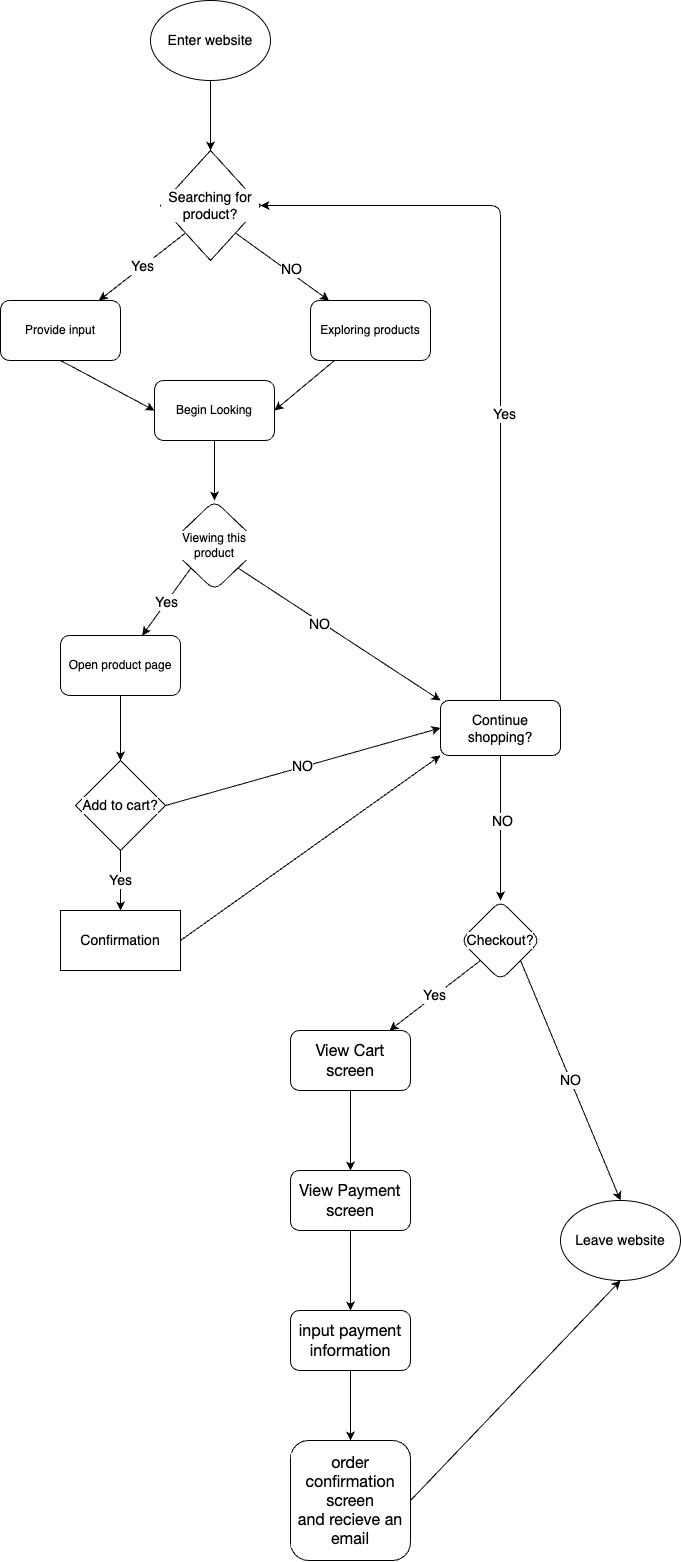
This is explore/diagramming/diagram.drawio.png from Tianshi-Gong/sp24-cse110-lab4, a draw.io export, as it was before one commit. Source tidied: cells renumbered, new cells last; positions are measured from the earlier drawing's top-left corner, leaving out a move shared by most shapes.
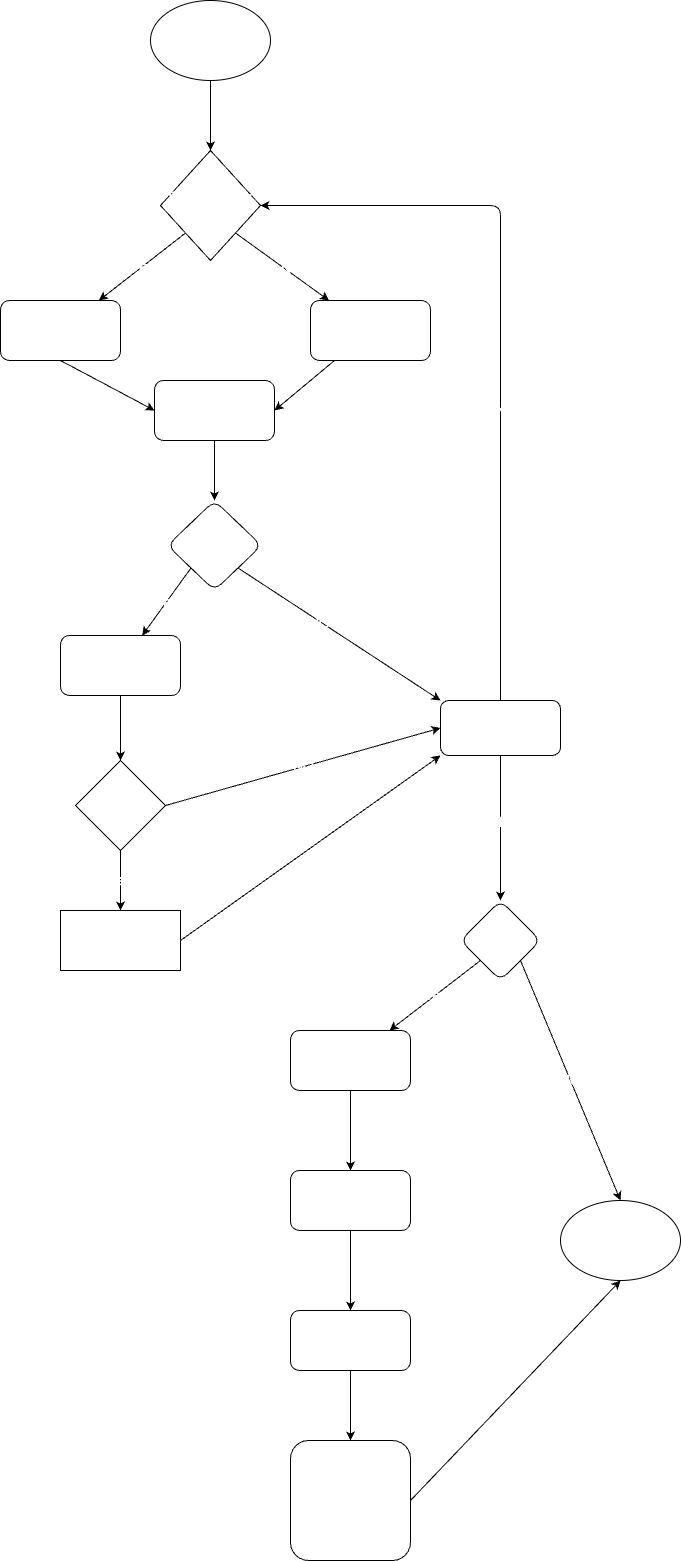
The same file after the commit.

The edit, as a diff of the source:
```diff
@@ -2,128 +2,128 @@
   <root>
     <mxCell id="0" />
     <mxCell id="1" parent="0" />
-    <mxCell id="2" style="edgeStyle=none;html=1;fontSize=14;entryX=0.5;entryY=0;entryDx=0;entryDy=0;exitX=0.5;exitY=1;exitDx=0;exitDy=0;fontColor=#000000;labelBackgroundColor=#FFFFFF;" parent="1" edge="1" source="41" target="28">
+    <mxCell id="2" style="edgeStyle=none;html=1;fontSize=14;entryX=0.5;entryY=0;entryDx=0;entryDy=0;exitX=0.5;exitY=1;exitDx=0;exitDy=0;fontColor=#FFFFFF;labelBackgroundColor=none;" parent="1" edge="1" source="41" target="28">
       <mxGeometry relative="1" as="geometry" />
     </mxCell>
-    <mxCell id="3" style="edgeStyle=none;html=1;fontSize=14;exitX=1;exitY=1;exitDx=0;exitDy=0;fontColor=#000000;labelBackgroundColor=#FFFFFF;" parent="1" edge="1" source="28" target="7">
+    <mxCell id="3" style="edgeStyle=none;html=1;fontSize=14;exitX=1;exitY=1;exitDx=0;exitDy=0;fontColor=#FFFFFF;labelBackgroundColor=none;" parent="1" edge="1" source="28" target="7">
       <mxGeometry relative="1" as="geometry" />
     </mxCell>
-    <mxCell id="4" value="NO" style="edgeLabel;html=1;align=center;verticalAlign=middle;fontSize=14;fontColor=#000000;labelBackgroundColor=#FFFFFF;" parent="3" vertex="1">
+    <mxCell id="4" value="NO" style="edgeLabel;html=1;align=center;verticalAlign=middle;fontSize=14;fontColor=#FFFFFF;labelBackgroundColor=none;" parent="3" vertex="1">
       <mxGeometry x="0.14" y="4" relative="1" as="geometry" />
     </mxCell>
-    <mxCell id="5" value="Yes" style="edgeStyle=none;html=1;fontSize=14;exitX=0;exitY=1;exitDx=0;exitDy=0;fontColor=#000000;labelBackgroundColor=#FFFFFF;" parent="1" edge="1" source="28" target="9">
+    <mxCell id="5" value="Yes" style="edgeStyle=none;html=1;fontSize=14;exitX=0;exitY=1;exitDx=0;exitDy=0;fontColor=#FFFFFF;labelBackgroundColor=none;" parent="1" edge="1" source="28" target="9">
       <mxGeometry relative="1" as="geometry" />
     </mxCell>
-    <mxCell id="6" style="edgeStyle=none;html=1;fontSize=14;entryX=1;entryY=0.5;entryDx=0;entryDy=0;fontColor=#000000;labelBackgroundColor=#FFFFFF;" parent="1" edge="1" source="7" target="11">
+    <mxCell id="6" style="edgeStyle=none;html=1;fontSize=14;entryX=1;entryY=0.5;entryDx=0;entryDy=0;fontColor=#FFFFFF;labelBackgroundColor=none;" parent="1" edge="1" source="7" target="11">
       <mxGeometry relative="1" as="geometry" />
     </mxCell>
-    <mxCell id="7" value="Exploring products" style="whiteSpace=wrap;html=1;rounded=1;fontColor=#000000;labelBackgroundColor=#FFFFFF;" parent="1" vertex="1">
+    <mxCell id="7" value="Exploring products" style="whiteSpace=wrap;html=1;rounded=1;fontColor=#FFFFFF;labelBackgroundColor=none;" parent="1" vertex="1">
       <mxGeometry x="310" y="300" width="120" height="60" as="geometry" />
     </mxCell>
-    <mxCell id="8" style="edgeStyle=none;html=1;exitX=0.5;exitY=1;exitDx=0;exitDy=0;entryX=0;entryY=0.5;entryDx=0;entryDy=0;fontSize=14;fontColor=#000000;labelBackgroundColor=#FFFFFF;" parent="1" edge="1" source="9" target="11">
+    <mxCell id="8" style="edgeStyle=none;html=1;exitX=0.5;exitY=1;exitDx=0;exitDy=0;entryX=0;entryY=0.5;entryDx=0;entryDy=0;fontSize=14;fontColor=#FFFFFF;labelBackgroundColor=none;" parent="1" edge="1" source="9" target="11">
       <mxGeometry relative="1" as="geometry" />
     </mxCell>
-    <mxCell id="9" value="Provide input" style="whiteSpace=wrap;html=1;rounded=1;fontColor=#000000;labelBackgroundColor=#FFFFFF;" parent="1" vertex="1">
+    <mxCell id="9" value="Provide input" style="whiteSpace=wrap;html=1;rounded=1;fontColor=#FFFFFF;labelBackgroundColor=none;" parent="1" vertex="1">
       <mxGeometry y="300" width="120" height="60" as="geometry" />
     </mxCell>
-    <mxCell id="10" style="edgeStyle=none;html=1;fontSize=14;fontColor=#000000;labelBackgroundColor=#FFFFFF;" parent="1" edge="1" source="11" target="15">
+    <mxCell id="10" style="edgeStyle=none;html=1;fontSize=14;fontColor=#FFFFFF;labelBackgroundColor=none;" parent="1" edge="1" source="11" target="15">
       <mxGeometry relative="1" as="geometry" />
     </mxCell>
-    <mxCell id="11" value="Begin Looking" style="whiteSpace=wrap;html=1;rounded=1;fontColor=#000000;labelBackgroundColor=#FFFFFF;" parent="1" vertex="1">
+    <mxCell id="11" value="Begin Looking" style="whiteSpace=wrap;html=1;rounded=1;fontColor=#FFFFFF;labelBackgroundColor=none;" parent="1" vertex="1">
       <mxGeometry x="154" y="380" width="120" height="60" as="geometry" />
     </mxCell>
-    <mxCell id="12" value="Yes" style="edgeStyle=none;html=1;fontSize=14;verticalAlign=middle;exitX=0;exitY=1;exitDx=0;exitDy=0;fontColor=#000000;labelBackgroundColor=#FFFFFF;" parent="1" edge="1" source="15" target="17">
+    <mxCell id="12" value="Yes" style="edgeStyle=none;html=1;fontSize=14;verticalAlign=middle;exitX=0;exitY=1;exitDx=0;exitDy=0;fontColor=#FFFFFF;labelBackgroundColor=none;" parent="1" edge="1" source="15" target="17">
       <mxGeometry relative="1" as="geometry" />
     </mxCell>
-    <mxCell id="13" style="edgeStyle=none;html=1;exitX=1;exitY=1;exitDx=0;exitDy=0;fontSize=14;entryX=0;entryY=0;entryDx=0;entryDy=0;fontColor=#000000;labelBackgroundColor=#FFFFFF;" parent="1" edge="1" source="15" target="22">
+    <mxCell id="13" style="edgeStyle=none;html=1;exitX=1;exitY=1;exitDx=0;exitDy=0;fontSize=14;entryX=0;entryY=0;entryDx=0;entryDy=0;fontColor=#FFFFFF;labelBackgroundColor=none;" parent="1" edge="1" source="15" target="22">
       <mxGeometry relative="1" as="geometry" />
     </mxCell>
-    <mxCell id="14" value="NO" style="edgeLabel;html=1;align=center;verticalAlign=middle;fontSize=14;fontColor=#000000;labelBackgroundColor=#FFFFFF;" parent="13" vertex="1">
+    <mxCell id="14" value="NO" style="edgeLabel;html=1;align=center;verticalAlign=middle;fontSize=14;fontColor=#FFFFFF;labelBackgroundColor=none;" parent="13" vertex="1">
       <mxGeometry x="-0.19" y="-2" relative="1" as="geometry" />
     </mxCell>
-    <mxCell id="15" value="Viewing this product" style="rhombus;whiteSpace=wrap;html=1;rounded=1;fontColor=#000000;labelBackgroundColor=#FFFFFF;" parent="1" vertex="1">
+    <mxCell id="15" value="Viewing this product" style="rhombus;whiteSpace=wrap;html=1;rounded=1;fontColor=#FFFFFF;labelBackgroundColor=none;" parent="1" vertex="1">
       <mxGeometry x="167" y="500" width="94" height="90" as="geometry" />
     </mxCell>
-    <mxCell id="16" style="edgeStyle=none;html=1;fontSize=14;fontColor=#000000;labelBackgroundColor=#FFFFFF;" parent="1" edge="1" source="17" target="25">
+    <mxCell id="16" style="edgeStyle=none;html=1;fontSize=14;fontColor=#FFFFFF;labelBackgroundColor=none;" parent="1" edge="1" source="17" target="25">
       <mxGeometry relative="1" as="geometry" />
     </mxCell>
-    <mxCell id="17" value="Open product page" style="whiteSpace=wrap;html=1;rounded=1;fontColor=#000000;labelBackgroundColor=#FFFFFF;" parent="1" vertex="1">
+    <mxCell id="17" value="Open product page" style="whiteSpace=wrap;html=1;rounded=1;fontColor=#FFFFFF;labelBackgroundColor=none;" parent="1" vertex="1">
       <mxGeometry x="60" y="635" width="120" height="60" as="geometry" />
     </mxCell>
-    <mxCell id="18" style="edgeStyle=none;html=1;exitX=0.5;exitY=0;exitDx=0;exitDy=0;entryX=1;entryY=0.5;entryDx=0;entryDy=0;fontSize=14;fontColor=#000000;labelBackgroundColor=#FFFFFF;" parent="1" edge="1" source="22" target="28">
+    <mxCell id="18" style="edgeStyle=none;html=1;exitX=0.5;exitY=0;exitDx=0;exitDy=0;entryX=1;entryY=0.5;entryDx=0;entryDy=0;fontSize=14;fontColor=#FFFFFF;labelBackgroundColor=none;" parent="1" edge="1" source="22" target="28">
       <mxGeometry relative="1" as="geometry">
         <Array as="points">
           <mxPoint x="500" y="205" />
         </Array>
       </mxGeometry>
     </mxCell>
-    <mxCell id="19" value="Yes" style="edgeLabel;html=1;align=center;verticalAlign=middle;fontSize=14;fontColor=#000000;labelBackgroundColor=#FFFFFF;" parent="18" vertex="1">
+    <mxCell id="19" value="Yes" style="edgeLabel;html=1;align=center;verticalAlign=middle;fontSize=14;fontColor=#FFFFFF;labelBackgroundColor=none;" parent="18" vertex="1">
       <mxGeometry x="-0.22" y="-3" relative="1" as="geometry" />
     </mxCell>
-    <mxCell id="20" style="edgeStyle=none;html=1;fontSize=14;fontColor=#000000;labelBackgroundColor=#FFFFFF;" parent="1" edge="1" source="22" target="31">
+    <mxCell id="20" style="edgeStyle=none;html=1;fontSize=14;fontColor=#FFFFFF;labelBackgroundColor=none;" parent="1" edge="1" source="22" target="31">
       <mxGeometry relative="1" as="geometry" />
     </mxCell>
-    <mxCell id="21" value="NO" style="edgeLabel;html=1;align=center;verticalAlign=middle;fontSize=14;fontColor=#000000;labelBackgroundColor=#FFFFFF;" parent="20" vertex="1">
+    <mxCell id="21" value="NO" style="edgeLabel;html=1;align=center;verticalAlign=middle;fontSize=14;fontColor=#FFFFFF;labelBackgroundColor=none;" parent="20" vertex="1">
       <mxGeometry x="-0.09" y="1" relative="1" as="geometry" />
     </mxCell>
-    <mxCell id="22" value="Continue shopping?" style="rounded=1;whiteSpace=wrap;html=1;fontSize=14;fontColor=#000000;labelBackgroundColor=#FFFFFF;" parent="1" vertex="1">
+    <mxCell id="22" value="Continue shopping?" style="rounded=1;whiteSpace=wrap;html=1;fontSize=14;fontColor=#FFFFFF;labelBackgroundColor=none;" parent="1" vertex="1">
       <mxGeometry x="440" y="700" width="120" height="55" as="geometry" />
     </mxCell>
-    <mxCell id="23" value="NO" style="edgeStyle=none;html=1;exitX=1;exitY=0.5;exitDx=0;exitDy=0;entryX=0;entryY=0.5;entryDx=0;entryDy=0;fontSize=14;fontColor=#000000;labelBackgroundColor=#FFFFFF;" parent="1" edge="1" source="25" target="22">
+    <mxCell id="23" value="NO" style="edgeStyle=none;html=1;exitX=1;exitY=0.5;exitDx=0;exitDy=0;entryX=0;entryY=0.5;entryDx=0;entryDy=0;fontSize=14;fontColor=#FFFFFF;labelBackgroundColor=none;" parent="1" edge="1" source="25" target="22">
       <mxGeometry relative="1" as="geometry" />
     </mxCell>
-    <mxCell id="24" value="Yes" style="edgeStyle=none;html=1;exitX=0.5;exitY=1;exitDx=0;exitDy=0;entryX=0.5;entryY=0;entryDx=0;entryDy=0;fontSize=14;fontColor=#000000;labelBackgroundColor=#FFFFFF;" parent="1" edge="1" source="25" target="27">
+    <mxCell id="24" value="Yes" style="edgeStyle=none;html=1;exitX=0.5;exitY=1;exitDx=0;exitDy=0;entryX=0.5;entryY=0;entryDx=0;entryDy=0;fontSize=14;fontColor=#FFFFFF;labelBackgroundColor=none;" parent="1" edge="1" source="25" target="27">
       <mxGeometry relative="1" as="geometry" />
     </mxCell>
-    <mxCell id="25" value="Add to cart?" style="rhombus;whiteSpace=wrap;html=1;fontSize=14;fontColor=#000000;labelBackgroundColor=#FFFFFF;" parent="1" vertex="1">
+    <mxCell id="25" value="Add to cart?" style="rhombus;whiteSpace=wrap;html=1;fontSize=14;fontColor=#FFFFFF;labelBackgroundColor=none;" parent="1" vertex="1">
       <mxGeometry x="75" y="760" width="90" height="90" as="geometry" />
     </mxCell>
-    <mxCell id="26" style="edgeStyle=none;html=1;exitX=1;exitY=0.5;exitDx=0;exitDy=0;entryX=0;entryY=1;entryDx=0;entryDy=0;fontSize=14;fontColor=#000000;labelBackgroundColor=#FFFFFF;" parent="1" edge="1" source="27" target="22">
+    <mxCell id="26" style="edgeStyle=none;html=1;exitX=1;exitY=0.5;exitDx=0;exitDy=0;entryX=0;entryY=1;entryDx=0;entryDy=0;fontSize=14;fontColor=#FFFFFF;labelBackgroundColor=none;" parent="1" edge="1" source="27" target="22">
       <mxGeometry relative="1" as="geometry" />
     </mxCell>
-    <mxCell id="27" value="Confirmation" style="whiteSpace=wrap;html=1;fontSize=14;fontColor=#000000;labelBackgroundColor=#FFFFFF;" parent="1" vertex="1">
+    <mxCell id="27" value="Confirmation" style="whiteSpace=wrap;html=1;fontSize=14;fontColor=#FFFFFF;labelBackgroundColor=none;" parent="1" vertex="1">
       <mxGeometry x="60" y="910" width="120" height="60" as="geometry" />
     </mxCell>
-    <mxCell id="28" value="Searching for product?" style="rhombus;whiteSpace=wrap;html=1;fontSize=14;fontColor=#000000;labelBackgroundColor=#FFFFFF;" parent="1" vertex="1">
+    <mxCell id="28" value="Searching for product?" style="rhombus;whiteSpace=wrap;html=1;fontSize=14;fontColor=#FFFFFF;labelBackgroundColor=none;" parent="1" vertex="1">
       <mxGeometry x="160" y="150" width="100" height="110" as="geometry" />
     </mxCell>
-    <mxCell id="29" value="NO" style="edgeStyle=none;html=1;fontSize=14;entryX=0.5;entryY=0;entryDx=0;entryDy=0;exitX=1;exitY=1;exitDx=0;exitDy=0;fontColor=#000000;labelBackgroundColor=#FFFFFF;" parent="1" edge="1" source="31" target="40">
+    <mxCell id="29" value="NO" style="edgeStyle=none;html=1;fontSize=14;entryX=0.5;entryY=0;entryDx=0;entryDy=0;exitX=1;exitY=1;exitDx=0;exitDy=0;fontColor=#FFFFFF;labelBackgroundColor=none;" parent="1" edge="1" source="31" target="40">
       <mxGeometry relative="1" as="geometry" />
     </mxCell>
-    <mxCell id="30" value="Yes" style="edgeStyle=none;html=1;fontSize=14;exitX=0;exitY=1;exitDx=0;exitDy=0;fontColor=#000000;labelBackgroundColor=#FFFFFF;" parent="1" edge="1" source="31" target="33">
+    <mxCell id="30" value="Yes" style="edgeStyle=none;html=1;fontSize=14;exitX=0;exitY=1;exitDx=0;exitDy=0;fontColor=#FFFFFF;labelBackgroundColor=none;" parent="1" edge="1" source="31" target="33">
       <mxGeometry relative="1" as="geometry" />
     </mxCell>
-    <mxCell id="31" value="Checkout?" style="rhombus;whiteSpace=wrap;html=1;fontSize=14;rounded=1;fontColor=#000000;labelBackgroundColor=#FFFFFF;" parent="1" vertex="1">
+    <mxCell id="31" value="Checkout?" style="rhombus;whiteSpace=wrap;html=1;fontSize=14;rounded=1;fontColor=#FFFFFF;labelBackgroundColor=none;" parent="1" vertex="1">
       <mxGeometry x="460" y="900" width="80" height="80" as="geometry" />
     </mxCell>
-    <mxCell id="32" style="edgeStyle=none;html=1;fontSize=14;fontColor=#000000;labelBackgroundColor=#FFFFFF;" parent="1" edge="1" source="33" target="35">
+    <mxCell id="32" style="edgeStyle=none;html=1;fontSize=14;fontColor=#FFFFFF;labelBackgroundColor=none;" parent="1" edge="1" source="33" target="35">
       <mxGeometry relative="1" as="geometry" />
     </mxCell>
-    <mxCell id="33" value="&lt;span style=&quot;caret-color: rgb(0, 0, 0); font-family: &amp;quot;Lato Extended&amp;quot;, Lato, &amp;quot;Helvetica Neue&amp;quot;, Helvetica, Arial, sans-serif; font-size: 16px; text-align: left; text-size-adjust: auto;&quot;&gt;&lt;font&gt;View Cart screen&lt;/font&gt;&lt;/span&gt;" style="whiteSpace=wrap;html=1;fontSize=14;rounded=1;gradientColor=none;fontColor=#000000;labelBackgroundColor=#FFFFFF;" parent="1" vertex="1">
+    <mxCell id="33" value="&lt;span style=&quot;caret-color: rgb(0, 0, 0); font-family: &amp;quot;Lato Extended&amp;quot;, Lato, &amp;quot;Helvetica Neue&amp;quot;, Helvetica, Arial, sans-serif; font-size: 16px; text-align: left; text-size-adjust: auto;&quot;&gt;&lt;font&gt;View Cart screen&lt;/font&gt;&lt;/span&gt;" style="whiteSpace=wrap;html=1;fontSize=14;rounded=1;gradientColor=none;fontColor=#FFFFFF;labelBackgroundColor=none;" parent="1" vertex="1">
       <mxGeometry x="290" y="1030" width="120" height="60" as="geometry" />
     </mxCell>
-    <mxCell id="34" style="edgeStyle=none;html=1;fontSize=14;fontColor=#000000;labelBackgroundColor=#FFFFFF;" parent="1" edge="1" source="35" target="37">
+    <mxCell id="34" style="edgeStyle=none;html=1;fontSize=14;fontColor=#FFFFFF;labelBackgroundColor=none;" parent="1" edge="1" source="35" target="37">
       <mxGeometry relative="1" as="geometry" />
     </mxCell>
-    <mxCell id="35" value="&lt;span style=&quot;caret-color: rgb(0, 0, 0); font-family: &amp;quot;Lato Extended&amp;quot;, Lato, &amp;quot;Helvetica Neue&amp;quot;, Helvetica, Arial, sans-serif; font-size: 16px; text-align: left; text-size-adjust: auto;&quot;&gt;&lt;font&gt;View Payment screen&lt;/font&gt;&lt;/span&gt;" style="whiteSpace=wrap;html=1;fontSize=14;rounded=1;fontColor=#000000;labelBackgroundColor=#FFFFFF;" parent="1" vertex="1">
+    <mxCell id="35" value="&lt;span style=&quot;caret-color: rgb(0, 0, 0); font-family: &amp;quot;Lato Extended&amp;quot;, Lato, &amp;quot;Helvetica Neue&amp;quot;, Helvetica, Arial, sans-serif; font-size: 16px; text-align: left; text-size-adjust: auto;&quot;&gt;&lt;font&gt;View Payment screen&lt;/font&gt;&lt;/span&gt;" style="whiteSpace=wrap;html=1;fontSize=14;rounded=1;fontColor=#FFFFFF;labelBackgroundColor=none;" parent="1" vertex="1">
       <mxGeometry x="290" y="1170" width="120" height="60" as="geometry" />
     </mxCell>
-    <mxCell id="36" style="edgeStyle=none;html=1;fontSize=14;fontColor=#000000;exitX=0.5;exitY=1;exitDx=0;exitDy=0;labelBackgroundColor=#FFFFFF;" parent="1" edge="1" source="37" target="39">
+    <mxCell id="36" style="edgeStyle=none;html=1;fontSize=14;fontColor=#FFFFFF;exitX=0.5;exitY=1;exitDx=0;exitDy=0;labelBackgroundColor=none;" parent="1" edge="1" source="37" target="39">
       <mxGeometry relative="1" as="geometry" />
     </mxCell>
-    <mxCell id="37" value="&lt;span style=&quot;caret-color: rgb(0, 0, 0); font-family: &amp;quot;Lato Extended&amp;quot;, Lato, &amp;quot;Helvetica Neue&amp;quot;, Helvetica, Arial, sans-serif; font-size: 16px; text-align: left; text-size-adjust: auto;&quot;&gt;&lt;font&gt;input payment information&lt;/font&gt;&lt;/span&gt;" style="whiteSpace=wrap;html=1;fontSize=14;rounded=1;fontColor=#000000;labelBackgroundColor=#FFFFFF;" parent="1" vertex="1">
+    <mxCell id="37" value="&lt;span style=&quot;caret-color: rgb(0, 0, 0); font-family: &amp;quot;Lato Extended&amp;quot;, Lato, &amp;quot;Helvetica Neue&amp;quot;, Helvetica, Arial, sans-serif; font-size: 16px; text-align: left; text-size-adjust: auto;&quot;&gt;&lt;font&gt;input payment information&lt;/font&gt;&lt;/span&gt;" style="whiteSpace=wrap;html=1;fontSize=14;rounded=1;fontColor=#FFFFFF;labelBackgroundColor=none;" parent="1" vertex="1">
       <mxGeometry x="290" y="1310" width="120" height="60" as="geometry" />
     </mxCell>
-    <mxCell id="38" style="edgeStyle=none;html=1;exitX=1;exitY=0.5;exitDx=0;exitDy=0;entryX=0.5;entryY=1;entryDx=0;entryDy=0;fontSize=14;fontColor=#000000;labelBackgroundColor=#FFFFFF;" parent="1" edge="1" source="39" target="40">
+    <mxCell id="38" style="edgeStyle=none;html=1;exitX=1;exitY=0.5;exitDx=0;exitDy=0;entryX=0.5;entryY=1;entryDx=0;entryDy=0;fontSize=14;fontColor=#FFFFFF;labelBackgroundColor=none;" parent="1" edge="1" source="39" target="40">
       <mxGeometry relative="1" as="geometry" />
     </mxCell>
-    <mxCell id="39" value="&lt;span style=&quot;caret-color: rgb(0, 0, 0); font-family: &amp;quot;Lato Extended&amp;quot;, Lato, &amp;quot;Helvetica Neue&amp;quot;, Helvetica, Arial, sans-serif; font-size: 16px; text-align: left; text-size-adjust: auto;&quot;&gt;&lt;font style=&quot;&quot;&gt;order confirmation screen&lt;br&gt;and recieve an email&lt;br&gt;&lt;/font&gt;&lt;/span&gt;" style="whiteSpace=wrap;html=1;fontSize=14;rounded=1;fontColor=#000000;labelBackgroundColor=#FFFFFF;" parent="1" vertex="1">
+    <mxCell id="39" value="&lt;span style=&quot;caret-color: rgb(0, 0, 0); font-family: &amp;quot;Lato Extended&amp;quot;, Lato, &amp;quot;Helvetica Neue&amp;quot;, Helvetica, Arial, sans-serif; font-size: 16px; text-align: left; text-size-adjust: auto;&quot;&gt;&lt;font style=&quot;&quot;&gt;order confirmation screen&lt;br&gt;and recieve an email&lt;br&gt;&lt;/font&gt;&lt;/span&gt;" style="whiteSpace=wrap;html=1;fontSize=14;rounded=1;fontColor=#FFFFFF;labelBackgroundColor=none;" parent="1" vertex="1">
       <mxGeometry x="290" y="1440" width="120" height="120" as="geometry" />
     </mxCell>
-    <mxCell id="40" value="Leave website" style="ellipse;whiteSpace=wrap;html=1;labelBackgroundColor=#FFFFFF;fontSize=14;fontColor=#000000;" parent="1" vertex="1">
+    <mxCell id="40" value="Leave website" style="ellipse;whiteSpace=wrap;html=1;labelBackgroundColor=none;fontSize=14;fontColor=#FFFFFF;" parent="1" vertex="1">
       <mxGeometry x="560" y="1200" width="120" height="80" as="geometry" />
     </mxCell>
-    <mxCell id="41" value="Enter website" style="ellipse;whiteSpace=wrap;html=1;labelBackgroundColor=#FFFFFF;fontSize=14;fontColor=#000000;gradientColor=none;" parent="1" vertex="1">
+    <mxCell id="41" value="Enter website" style="ellipse;whiteSpace=wrap;html=1;labelBackgroundColor=none;fontSize=14;fontColor=#FFFFFF;gradientColor=none;" parent="1" vertex="1">
       <mxGeometry x="150" width="120" height="80" as="geometry" />
     </mxCell>
   </root>
```
